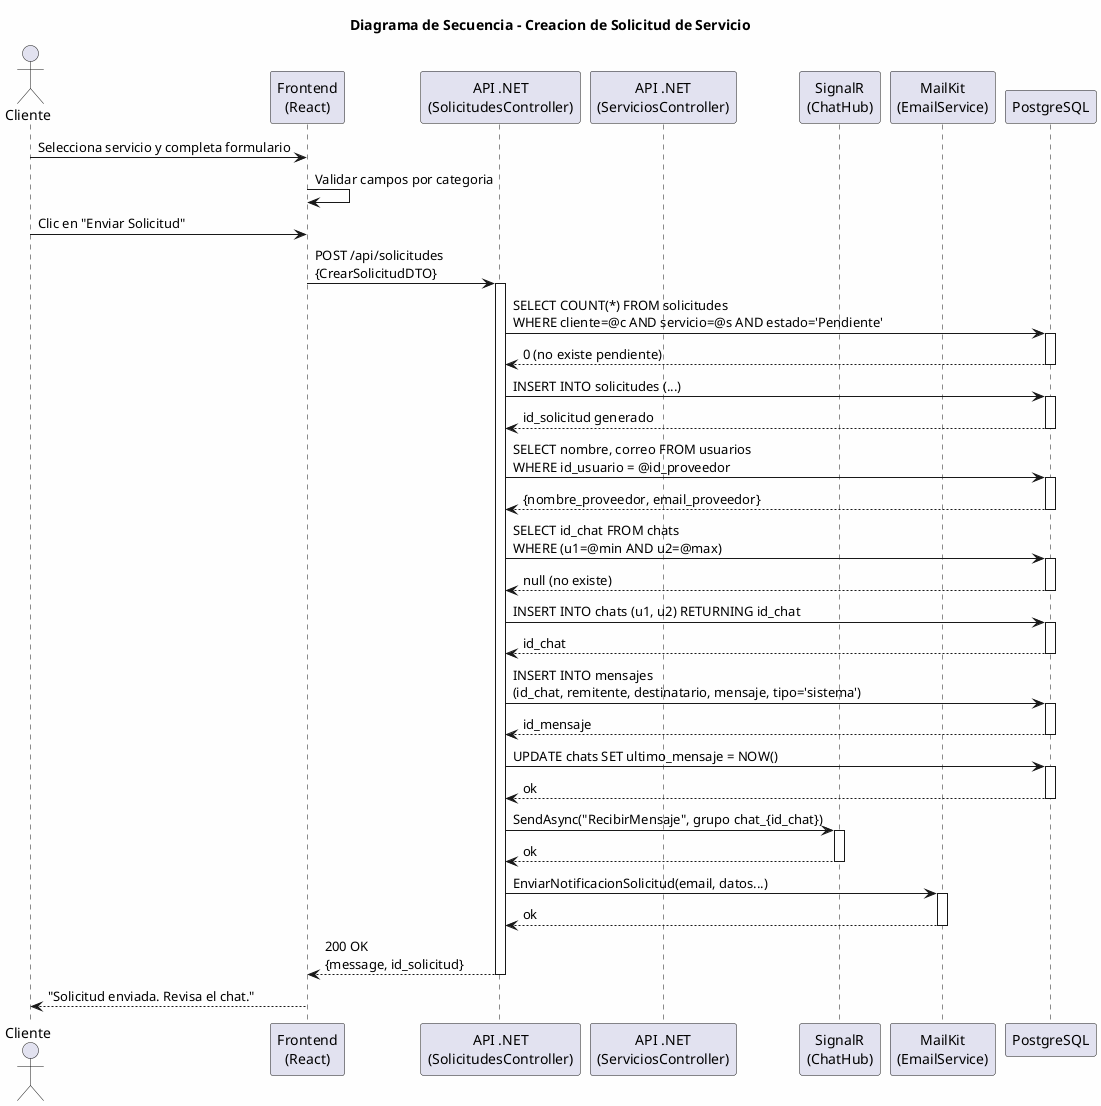
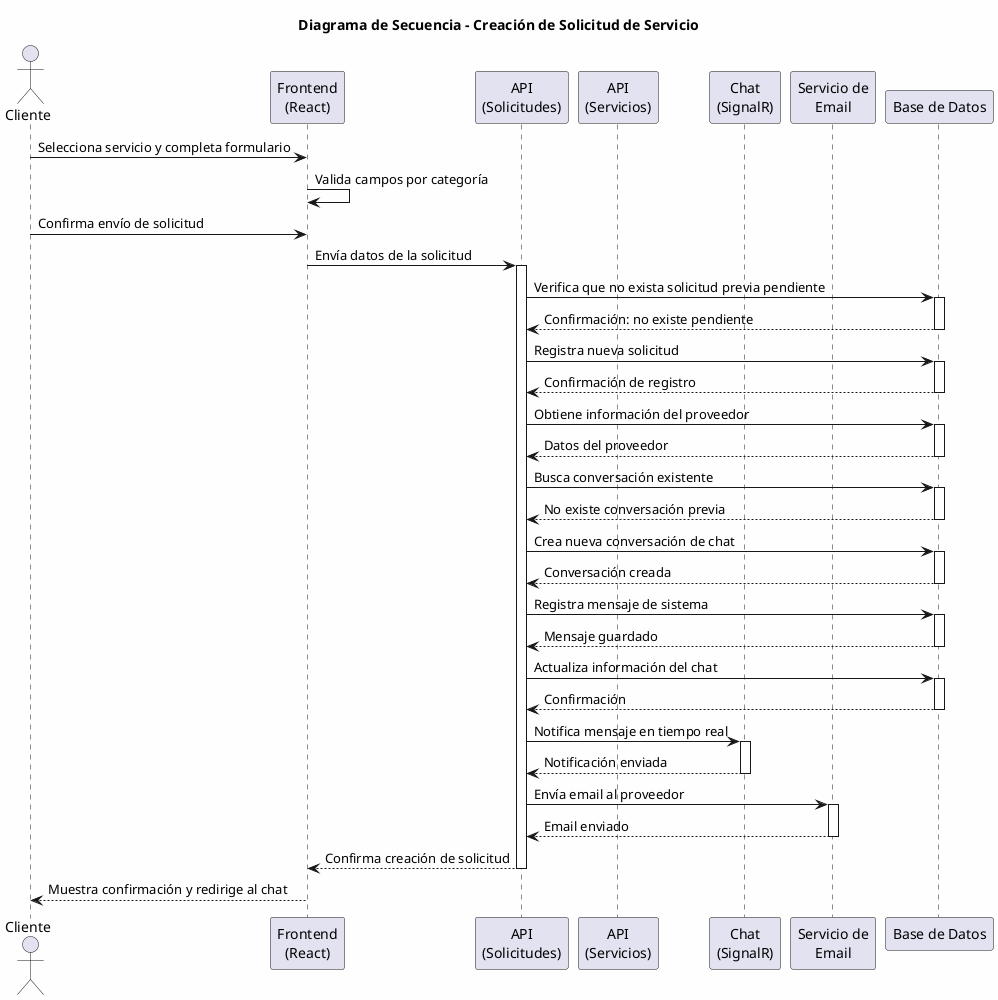
@startuml
skinparam backgroundColor #FEFEFE

- title Diagrama de Secuencia - Creacion de Solicitud de Servicio
+ title Diagrama de Secuencia - Creación de Solicitud de Servicio

actor "Cliente" as Cliente
participant "Frontend\n(React)" as FE
- participant "API .NET\n(SolicitudesController)" as API
- participant "API .NET\n(ServiciosController)" as SVR
- participant "SignalR\n(ChatHub)" as Hub
- participant "MailKit\n(EmailService)" as Mail
- participant "PostgreSQL" as DB
+ participant "API\n(Solicitudes)" as API
+ participant "API\n(Servicios)" as SVR
+ participant "Chat\n(SignalR)" as Hub
+ participant "Servicio de\nEmail" as Mail
+ participant "Base de Datos" as DB

Cliente -> FE : Selecciona servicio y completa formulario
- FE -> FE : Validar campos por categoria
- Cliente -> FE : Clic en "Enviar Solicitud"
+ FE -> FE : Valida campos por categoría
+ Cliente -> FE : Confirma envío de solicitud

- FE -> API : POST /api/solicitudes\n{CrearSolicitudDTO}
+ FE -> API : Envía datos de la solicitud
activate API

- API -> DB : SELECT COUNT(*) FROM solicitudes\nWHERE cliente=@c AND servicio=@s AND estado='Pendiente'
+ API -> DB : Verifica que no exista solicitud previa pendiente
activate DB
- DB --> API : 0 (no existe pendiente)
- deactivate DB
- 
- API -> DB : INSERT INTO solicitudes (...)
- activate DB
- DB --> API : id_solicitud generado
- deactivate DB
- 
- API -> DB : SELECT nombre, correo FROM usuarios\nWHERE id_usuario = @id_proveedor
- activate DB
- DB --> API : {nombre_proveedor, email_proveedor}
- deactivate DB
- 
- API -> DB : SELECT id_chat FROM chats\nWHERE (u1=@min AND u2=@max)
- activate DB
- DB --> API : null (no existe)
- deactivate DB
- 
- API -> DB : INSERT INTO chats (u1, u2) RETURNING id_chat
- activate DB
- DB --> API : id_chat
+ DB --> API : Confirmación: no existe pendiente
 deactivate DB

- API -> DB : INSERT INTO mensajes\n(id_chat, remitente, destinatario, mensaje, tipo='sistema')
+ API -> DB : Registra nueva solicitud
activate DB
- DB --> API : id_mensaje
- deactivate DB
+ DB --> API : Confirmación de registro
+  deactivate DB

- API -> DB : UPDATE chats SET ultimo_mensaje = NOW()
+ API -> DB : Obtiene información del proveedor
activate DB
- DB --> API : ok
- deactivate DB
+ DB --> API : Datos del proveedor
+  deactivate DB

- API -> Hub : SendAsync("RecibirMensaje", grupo chat_{id_chat})
+ API -> DB : Busca conversación existente
+ activate DB
+ DB --> API : No existe conversación previa
+  deactivate DB
+ 
+ API -> DB : Crea nueva conversación de chat
+ activate DB
+ DB --> API : Conversación creada
+  deactivate DB
+ 
+ API -> DB : Registra mensaje de sistema
+ activate DB
+ DB --> API : Mensaje guardado
+  deactivate DB
+ 
+ API -> DB : Actualiza información del chat
+ activate DB
+ DB --> API : Confirmación
+  deactivate DB
+ 
+ API -> Hub : Notifica mensaje en tiempo real
activate Hub
- Hub --> API : ok
- deactivate Hub
+ Hub --> API : Notificación enviada
+  deactivate Hub

- API -> Mail : EnviarNotificacionSolicitud(email, datos...)
+ API -> Mail : Envía email al proveedor
activate Mail
- Mail --> API : ok
- deactivate Mail
+ Mail --> API : Email enviado
+  deactivate Mail

- API --> FE : 200 OK\n{message, id_solicitud}
- deactivate API
+ API --> FE : Confirma creación de solicitud
+  deactivate API

- FE --> Cliente : "Solicitud enviada. Revisa el chat."
+ FE --> Cliente : Muestra confirmación y redirige al chat

@enduml
